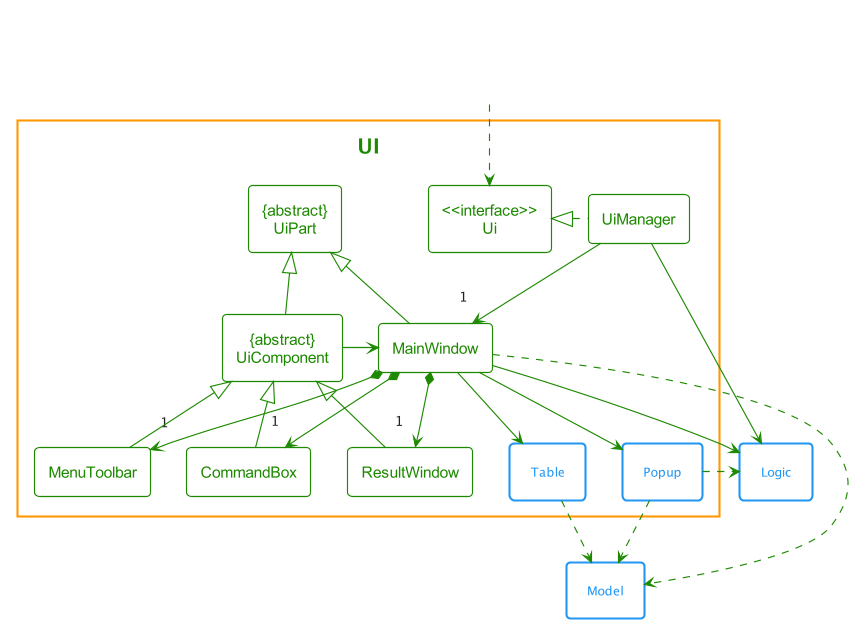
Above: docs/images/UiClassDiagram.png in nus-cs2103-AY2122S2/tp (PlantUML), before the change.
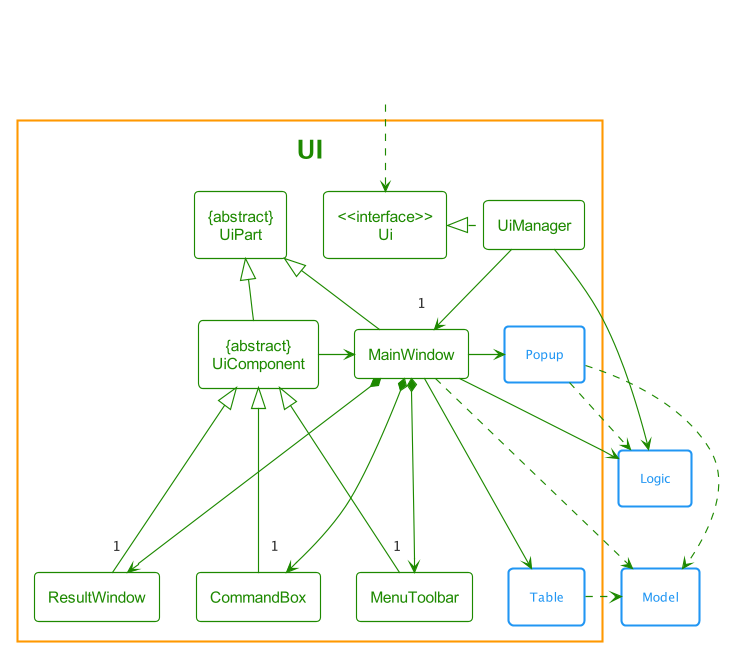
The same file after the commit.

Commit message:
Improve UML diagram visuals

Change to the diagram source:
```diff
@@ -4,20 +4,20 @@
 $OverrideTheme(UI_COLOR)
 
 package UI {
-   class "<<interface>>\nUi" as Ui
-   class "{abstract}\nUiPart" as UiPart
-   class "{abstract}\nUiComponent" as UiComponent
-   class UiManager
-   class MainWindow
-   class MenuToolbar
-   class CommandBox
-   class ResultWindow
+    class "<<interface>>\nUi" as Ui
+    class "{abstract}\nUiPart" as UiPart
+    class "{abstract}\nUiComponent" as UiComponent
+    class UiManager
+    class MainWindow
+    class MenuToolbar
+    class CommandBox
+    class ResultWindow
 
-   package Table <<Rectangle>> {
-   }
+    package Table <<Rectangle>> {
+    }
 
-   package Popup <<Rectangle>> {
-   }
+    package Popup <<Rectangle>> {
+    }
 }
 
 package Model <<Rectangle>> {
@@ -36,22 +36,23 @@
 MainWindow *--> "1" CommandBox
 MainWindow *--> "1" ResultWindow
 MainWindow --> Table
-MainWindow --> Popup
+MainWindow -right-> Popup
 
-MenuToolbar -up-|> UiComponent
-CommandBox -up-|> UiComponent
-ResultWindow -up-|> UiComponent
+MenuToolbar --up-|> UiComponent
+CommandBox --up-|> UiComponent
+ResultWindow --up-|> UiComponent
 
 MainWindow -up-|> UiPart
 UiComponent -up-|> UiPart
 
-UiManager --> Logic
+UiManager -right-> Logic
 MainWindow --> Logic
-Popup .right.> Logic
+Popup ..> Logic
+Popup --[hidden]-> Table
 
-MainWindow .[norank].> Model
-Popup .right.> Model
-Table .down.> Model
+MainWindow ..> Model
+Popup ...> Model
+Table .right.> Model
 
 UiComponent -left-> MainWindow
 
```
